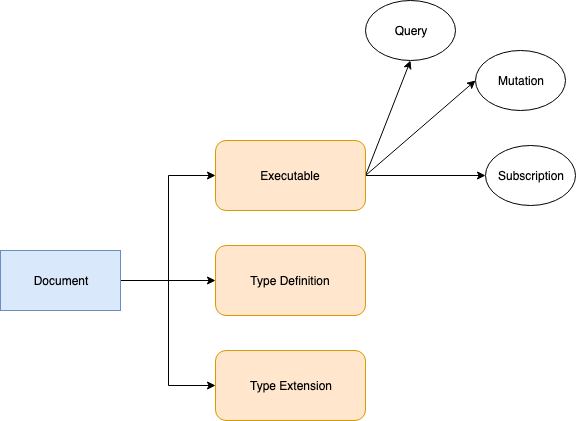
The draw.io diagram images/GraphQL Document.png in arteforme/apollo-graphql, before a commit. Source tidied: cells renumbered, new cells last; positions are measured from the earlier drawing's top-left corner, leaving out a move shared by most shapes. Its diagram source:
```xml
<mxGraphModel>
  <root>
    <mxCell id="0" />
    <mxCell id="1" parent="0" />
    <mxCell id="2" style="edgeStyle=orthogonalEdgeStyle;rounded=0;jettySize=auto;html=1;entryX=0;entryY=0.5;entryDx=0;entryDy=0;" parent="1" edge="1" source="5" target="9">
      <mxGeometry relative="1" as="geometry" />
    </mxCell>
    <mxCell id="3" style="edgeStyle=orthogonalEdgeStyle;rounded=0;jettySize=auto;html=1;exitX=1;exitY=0.5;exitDx=0;exitDy=0;entryX=0;entryY=0.5;entryDx=0;entryDy=0;" parent="1" edge="1" source="5" target="10">
      <mxGeometry relative="1" as="geometry" />
    </mxCell>
    <mxCell id="4" style="edgeStyle=orthogonalEdgeStyle;rounded=0;jettySize=auto;html=1;exitX=1;exitY=0.5;exitDx=0;exitDy=0;entryX=0;entryY=0.5;entryDx=0;entryDy=0;" parent="1" edge="1" source="5" target="11">
      <mxGeometry relative="1" as="geometry" />
    </mxCell>
    <mxCell id="5" value="Document" style="rounded=0;whiteSpace=wrap;html=1;fillColor=#dae8fc;strokeColor=#6c8ebf;" parent="1" vertex="1">
      <mxGeometry y="250" width="120" height="60" as="geometry" />
    </mxCell>
    <mxCell id="6" style="edgeStyle=orthogonalEdgeStyle;rounded=0;jettySize=auto;html=1;entryX=0;entryY=0.5;entryDx=0;entryDy=0;" parent="1" edge="1" source="9" target="14">
      <mxGeometry relative="1" as="geometry" />
    </mxCell>
    <mxCell id="7" style="rounded=0;jettySize=auto;html=1;entryX=0;entryY=0.5;entryDx=0;entryDy=0;exitX=1;exitY=0.5;exitDx=0;exitDy=0;" parent="1" edge="1" source="9" target="13">
      <mxGeometry relative="1" as="geometry" />
    </mxCell>
    <mxCell id="8" style="edgeStyle=none;rounded=0;jettySize=auto;html=1;entryX=0.5;entryY=1;entryDx=0;entryDy=0;exitX=1;exitY=0.5;exitDx=0;exitDy=0;" parent="1" edge="1" source="9" target="12">
      <mxGeometry relative="1" as="geometry" />
    </mxCell>
    <mxCell id="9" value="Executable&lt;br&gt;" style="rounded=1;whiteSpace=wrap;html=1;fillColor=#ffe6cc;strokeColor=#d79b00;" parent="1" vertex="1">
      <mxGeometry x="215" y="140" width="150" height="70" as="geometry" />
    </mxCell>
    <mxCell id="10" value="Type Definition&lt;br&gt;" style="rounded=1;whiteSpace=wrap;html=1;fillColor=#ffe6cc;strokeColor=#d79b00;" parent="1" vertex="1">
      <mxGeometry x="215" y="245" width="150" height="70" as="geometry" />
    </mxCell>
    <mxCell id="11" value="Type Extension&lt;br&gt;" style="rounded=1;whiteSpace=wrap;html=1;fillColor=#ffe6cc;strokeColor=#d79b00;" parent="1" vertex="1">
      <mxGeometry x="215" y="350" width="150" height="70" as="geometry" />
    </mxCell>
    <mxCell id="12" value="Query" style="ellipse;whiteSpace=wrap;html=1;" parent="1" vertex="1">
      <mxGeometry x="365" width="90" height="60" as="geometry" />
    </mxCell>
    <mxCell id="13" value="Mutation" style="ellipse;whiteSpace=wrap;html=1;" parent="1" vertex="1">
      <mxGeometry x="475" y="50" width="90" height="60" as="geometry" />
    </mxCell>
    <mxCell id="14" value="Subscription" style="ellipse;whiteSpace=wrap;html=1;" parent="1" vertex="1">
      <mxGeometry x="485" y="145" width="90" height="60" as="geometry" />
    </mxCell>
  </root>
</mxGraphModel>
```
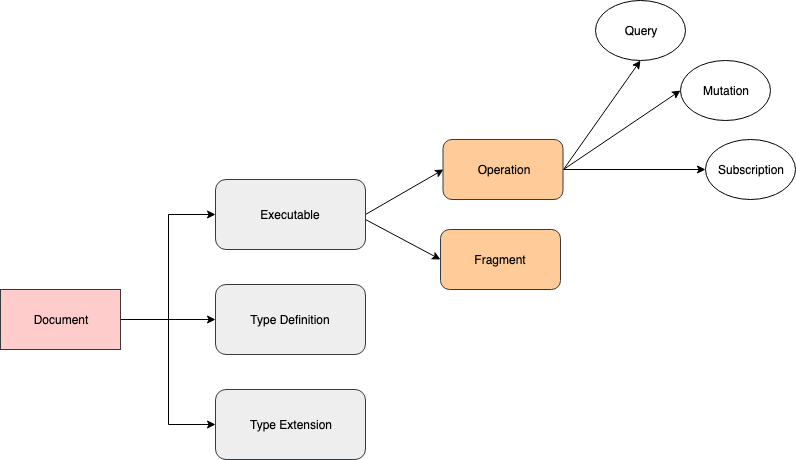
The same diagram one commit later.

Change to the diagram source:
```diff
@@ -11,35 +11,47 @@
     <mxCell id="4" style="edgeStyle=orthogonalEdgeStyle;rounded=0;jettySize=auto;html=1;exitX=1;exitY=0.5;exitDx=0;exitDy=0;entryX=0;entryY=0.5;entryDx=0;entryDy=0;" parent="1" edge="1" source="5" target="11">
       <mxGeometry relative="1" as="geometry" />
     </mxCell>
-    <mxCell id="5" value="Document" style="rounded=0;whiteSpace=wrap;html=1;fillColor=#dae8fc;strokeColor=#6c8ebf;" parent="1" vertex="1">
+    <mxCell id="5" value="Document" style="rounded=0;whiteSpace=wrap;html=1;fillColor=#ffcccc;strokeColor=#36393d;gradientColor=none;" parent="1" vertex="1">
       <mxGeometry y="250" width="120" height="60" as="geometry" />
     </mxCell>
-    <mxCell id="6" style="edgeStyle=orthogonalEdgeStyle;rounded=0;jettySize=auto;html=1;entryX=0;entryY=0.5;entryDx=0;entryDy=0;" parent="1" edge="1" source="9" target="14">
+    <mxCell id="6" style="edgeStyle=orthogonalEdgeStyle;rounded=0;jettySize=auto;html=1;entryX=0;entryY=0.5;entryDx=0;entryDy=0;exitX=1;exitY=0.5;exitDx=0;exitDy=0;" parent="1" edge="1" source="17" target="14">
       <mxGeometry relative="1" as="geometry" />
     </mxCell>
-    <mxCell id="7" style="rounded=0;jettySize=auto;html=1;entryX=0;entryY=0.5;entryDx=0;entryDy=0;exitX=1;exitY=0.5;exitDx=0;exitDy=0;" parent="1" edge="1" source="9" target="13">
+    <mxCell id="7" style="rounded=0;jettySize=auto;html=1;entryX=0;entryY=0.5;entryDx=0;entryDy=0;exitX=1;exitY=0.5;exitDx=0;exitDy=0;" parent="1" edge="1" source="17" target="13">
       <mxGeometry relative="1" as="geometry" />
     </mxCell>
-    <mxCell id="8" style="edgeStyle=none;rounded=0;jettySize=auto;html=1;entryX=0.5;entryY=1;entryDx=0;entryDy=0;exitX=1;exitY=0.5;exitDx=0;exitDy=0;" parent="1" edge="1" source="9" target="12">
+    <mxCell id="8" style="edgeStyle=none;rounded=0;jettySize=auto;html=1;entryX=0.5;entryY=1;entryDx=0;entryDy=0;exitX=1;exitY=0.5;exitDx=0;exitDy=0;" parent="1" edge="1" source="17" target="12">
       <mxGeometry relative="1" as="geometry" />
     </mxCell>
+    <mxCell id="15" style="edgeStyle=none;rounded=0;jettySize=auto;html=1;entryX=0;entryY=0.5;entryDx=0;entryDy=0;exitX=1;exitY=0.5;exitDx=0;exitDy=0;" parent="1" edge="1" source="9" target="17">
+      <mxGeometry relative="1" as="geometry" />
+    </mxCell>
+    <mxCell id="16" style="edgeStyle=none;rounded=0;jettySize=auto;html=1;entryX=0;entryY=0.5;entryDx=0;entryDy=0;exitX=1;exitY=0.571;exitDx=0;exitDy=0;exitPerimeter=0;" parent="1" edge="1" source="9" target="18">
+      <mxGeometry relative="1" as="geometry" />
+    </mxCell>
-    <mxCell id="9" value="Executable&lt;br&gt;" style="rounded=1;whiteSpace=wrap;html=1;fillColor=#ffe6cc;strokeColor=#d79b00;" parent="1" vertex="1">
+    <mxCell id="9" value="Executable&lt;br&gt;" style="rounded=1;whiteSpace=wrap;html=1;fillColor=#eeeeee;strokeColor=#36393d;" parent="1" vertex="1">
       <mxGeometry x="215" y="140" width="150" height="70" as="geometry" />
     </mxCell>
-    <mxCell id="10" value="Type Definition&lt;br&gt;" style="rounded=1;whiteSpace=wrap;html=1;fillColor=#ffe6cc;strokeColor=#d79b00;" parent="1" vertex="1">
+    <mxCell id="10" value="Type Definition&lt;br&gt;" style="rounded=1;whiteSpace=wrap;html=1;fillColor=#eeeeee;strokeColor=#36393d;" parent="1" vertex="1">
       <mxGeometry x="215" y="245" width="150" height="70" as="geometry" />
     </mxCell>
-    <mxCell id="11" value="Type Extension&lt;br&gt;" style="rounded=1;whiteSpace=wrap;html=1;fillColor=#ffe6cc;strokeColor=#d79b00;" parent="1" vertex="1">
+    <mxCell id="11" value="Type Extension&lt;br&gt;" style="rounded=1;whiteSpace=wrap;html=1;fillColor=#eeeeee;strokeColor=#36393d;" parent="1" vertex="1">
       <mxGeometry x="215" y="350" width="150" height="70" as="geometry" />
     </mxCell>
     <mxCell id="12" value="Query" style="ellipse;whiteSpace=wrap;html=1;" parent="1" vertex="1">
-      <mxGeometry x="365" width="90" height="60" as="geometry" />
+      <mxGeometry x="595" y="-39" width="90" height="60" as="geometry" />
     </mxCell>
     <mxCell id="13" value="Mutation" style="ellipse;whiteSpace=wrap;html=1;" parent="1" vertex="1">
-      <mxGeometry x="475" y="50" width="90" height="60" as="geometry" />
+      <mxGeometry x="680" y="21" width="90" height="60" as="geometry" />
     </mxCell>
     <mxCell id="14" value="Subscription" style="ellipse;whiteSpace=wrap;html=1;" parent="1" vertex="1">
-      <mxGeometry x="485" y="145" width="90" height="60" as="geometry" />
+      <mxGeometry x="705" y="100" width="90" height="60" as="geometry" />
     </mxCell>
+    <mxCell id="17" value="Operation" style="rounded=1;whiteSpace=wrap;html=1;fillColor=#ffcc99;strokeColor=#36393d;" parent="1" vertex="1">
+      <mxGeometry x="442.5" y="100" width="120" height="60" as="geometry" />
+    </mxCell>
+    <mxCell id="18" value="Fragment" style="rounded=1;whiteSpace=wrap;html=1;fillColor=#ffcc99;strokeColor=#36393d;" parent="1" vertex="1">
+      <mxGeometry x="440" y="190" width="120" height="60" as="geometry" />
+    </mxCell>
   </root>
 </mxGraphModel>
```
